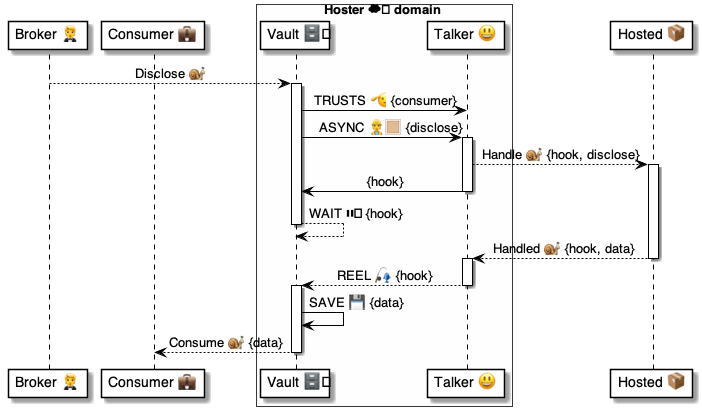
pollyweb-org/pollyweb-docs keeps this PlantUML diagram as 4 ⚙️ Solution/41 🎭 Domain Roles/Vaults 🗄️/🗄️🅰️ Vault methods/Disclose 🤵🐌🗄️/🗄️ Disclose ⚙️ uml.png. Above is the earlier version. Its source is kept beside it as 4 ⚙️ Solution/41 🎭 Domain Roles/Vaults 🗄️/🗄️🅰️ Vault methods/Disclose 🤵🐌🗄️/🗄️ Disclose ⚙️ uml.puml. Its diagram source:
```plantuml
@startuml Wallet: Share()

participant "Broker 🤵" as broker
participant "Consumer 💼" as consumer
box Hoster ☁️ domain #FFFFFA
    participant "Vault 🗄️" as vault
    participant "Talker 😃" as talker
end box
participant "Hosted 📦" as hosted

broker --> vault: Disclose 🐌

activate vault
    vault -> talker: TRUSTS 🫡 {consumer}
    vault -> talker: ASYNC 👷🏼 {disclose}

activate talker
    talker --> hosted: Handle 🐌 {hook, disclose}
activate hosted
    talker -> vault: {hook}
deactivate talker
    vault --> vault: WAIT ⏸️ {hook}
deactivate vault

    hosted --> talker: Handled 🐌 {hook, data}
deactivate hosted

activate talker
    talker --> vault: REEL 🎣 {hook}
deactivate talker

activate vault
    vault -> vault: SAVE 💾 {data}
    vault --> consumer: Consume 🐌 {data}
deactivate vault

@enduml
```
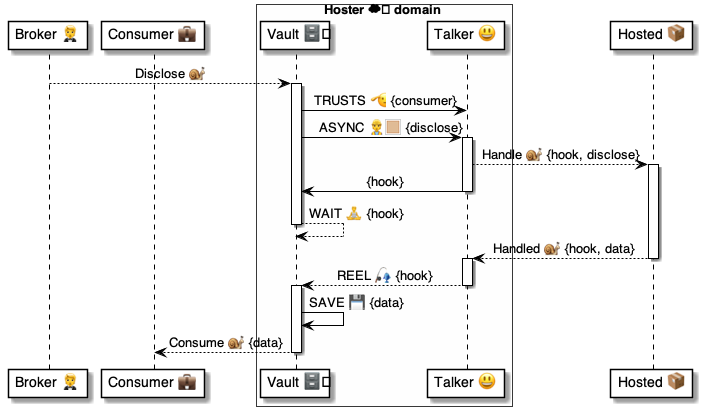
The same diagram one commit later.

The edit, as a diff of the source:
```diff
@@ -19,7 +19,7 @@
 activate hosted
     talker -> vault: {hook}
 deactivate talker
-    vault --> vault: WAIT ⏸️ {hook}
+    vault --> vault: WAIT 🧘 {hook}
 deactivate vault
 
     hosted --> talker: Handled 🐌 {hook, data}
```
